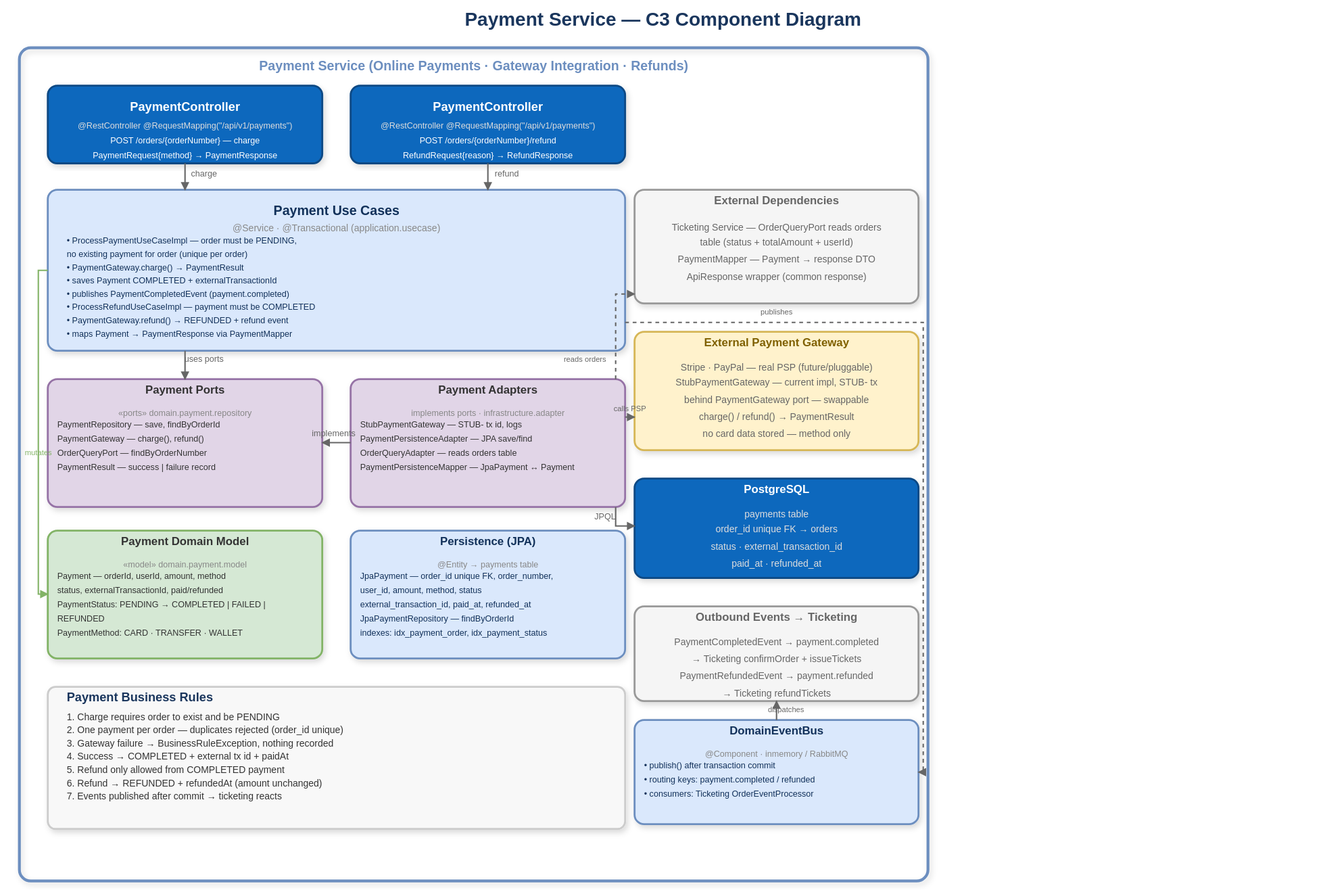
Above: diagrams/c4model/ticketwave-c3-payment-service.drawio.svg in Juanchoque1206/soe-TicketWave (draw.io), before the change. Source tidied: cells renumbered, new cells last; positions are measured from the earlier drawing's top-left corner, leaving out a move shared by most shapes.
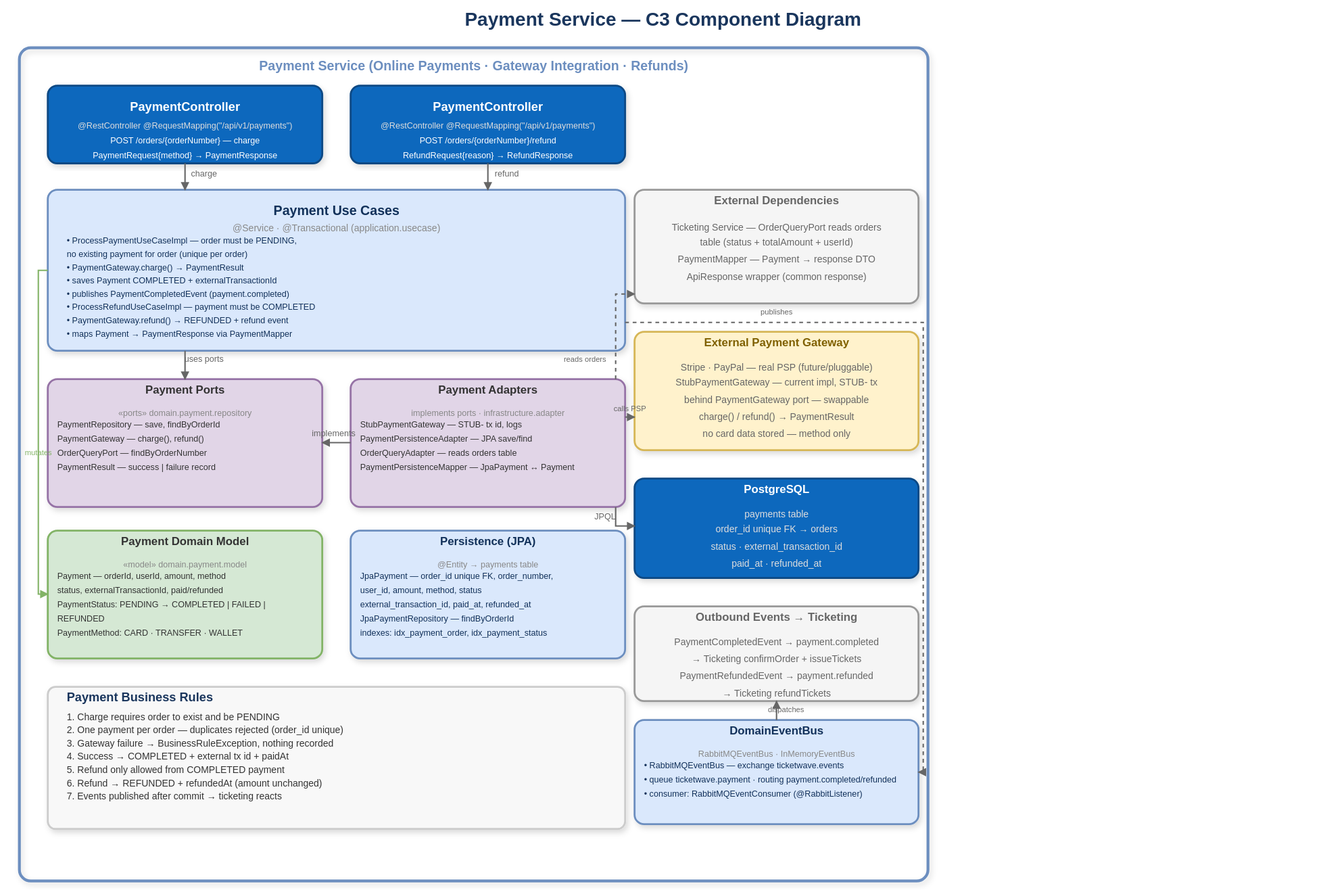
The same diagram one commit later.

Commit message:
feat: changes .svg diagrams, add event bus

Change to the diagram source:
```diff
@@ -272,16 +272,16 @@
     <mxCell id="91" value="DomainEventBus" style="text;html=0;align=center;fontSize=12;fontStyle=1;fontColor=#12315a;" parent="1" vertex="1">
       <mxGeometry x="650" y="760" width="300" height="18" as="geometry" />
     </mxCell>
-    <mxCell id="92" value="@Component · inmemory / RabbitMQ" style="text;html=0;align=center;fontSize=9;fontColor=#888888;" parent="1" vertex="1">
+    <mxCell id="92" value="RabbitMQEventBus · InMemoryEventBus" style="text;html=0;align=center;fontSize=9;fontColor=#888888;" parent="1" vertex="1">
       <mxGeometry x="650" y="780" width="300" height="14" as="geometry" />
     </mxCell>
-    <mxCell id="93" value="• publish() after transaction commit" style="text;html=0;align=left;fontSize=9;fontColor=#12315a;" parent="1" vertex="1">
+    <mxCell id="93" value="• RabbitMQEventBus — exchange ticketwave.events" style="text;html=0;align=left;fontSize=9;fontColor=#12315a;" parent="1" vertex="1">
       <mxGeometry x="660" y="798" width="280" height="14" as="geometry" />
     </mxCell>
-    <mxCell id="94" value="• routing keys: payment.completed / refunded" style="text;html=0;align=left;fontSize=9;fontColor=#12315a;" parent="1" vertex="1">
+    <mxCell id="94" value="• queue ticketwave.payment · routing payment.completed/refunded" style="text;html=0;align=left;fontSize=9;fontColor=#12315a;" parent="1" vertex="1">
       <mxGeometry x="660" y="813" width="280" height="14" as="geometry" />
     </mxCell>
-    <mxCell id="95" value="• consumers: Ticketing OrderEventProcessor" style="text;html=0;align=left;fontSize=9;fontColor=#12315a;" parent="1" vertex="1">
+    <mxCell id="95" value="• consumer: RabbitMQEventConsumer (@RabbitListener)" style="text;html=0;align=left;fontSize=9;fontColor=#12315a;" parent="1" vertex="1">
       <mxGeometry x="660" y="828" width="280" height="14" as="geometry" />
     </mxCell>
     <mxCell id="96" value="charge" style="html=1;endArrow=block;endFill=1;strokeColor=#666666;" parent="1" edge="1" source="3" target="5">
```
